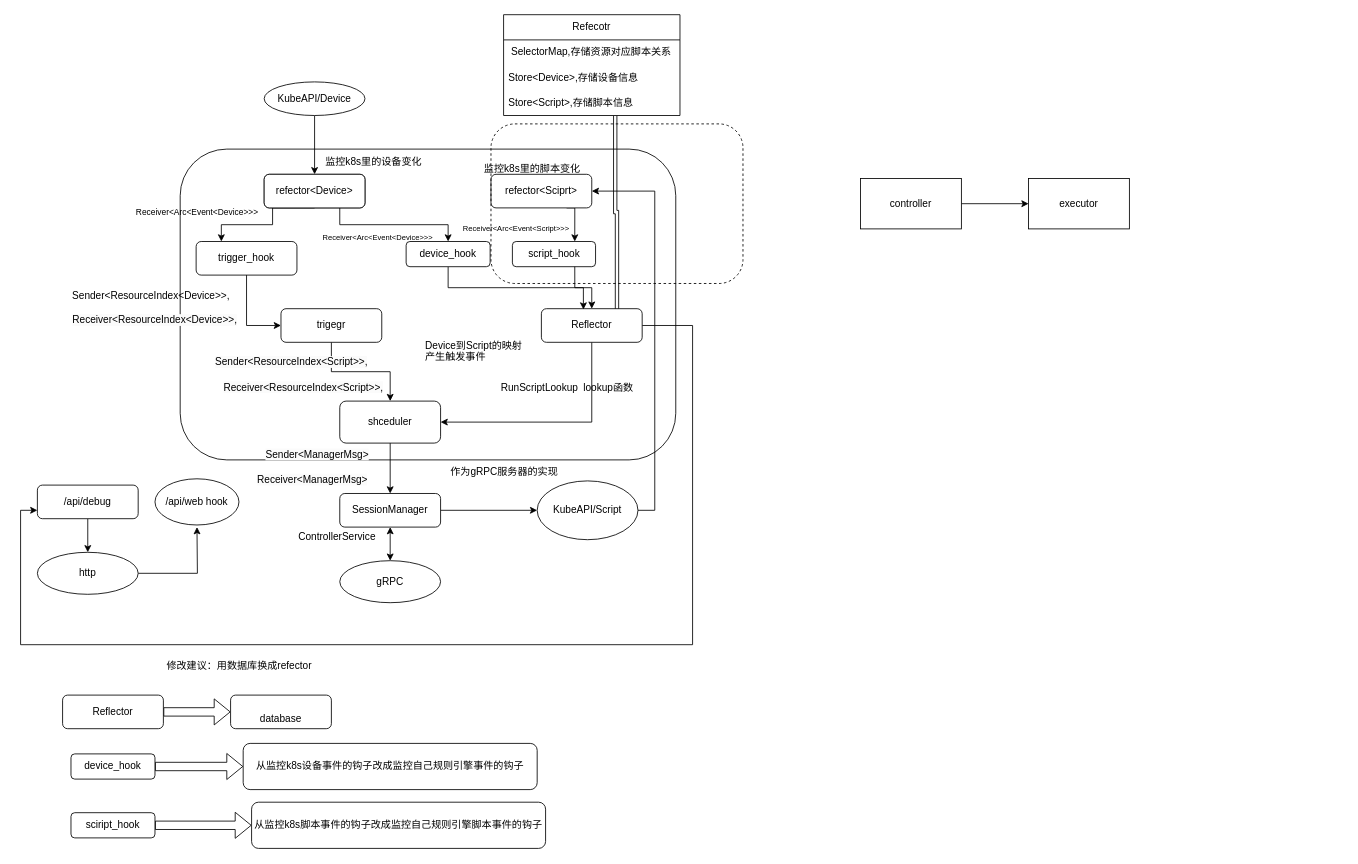
chris1220313648/guidang keeps this draw.io diagram as rule_engine.drawio. Above is the earlier version. Source tidied: cells renumbered, new cells numbered last; positions are measured from the earlier drawing's top-left corner, leaving out a move shared by most shapes. Both pictures are drawn from the tidied source at 84%, with x=0, y=0 at pixel (20, 14).
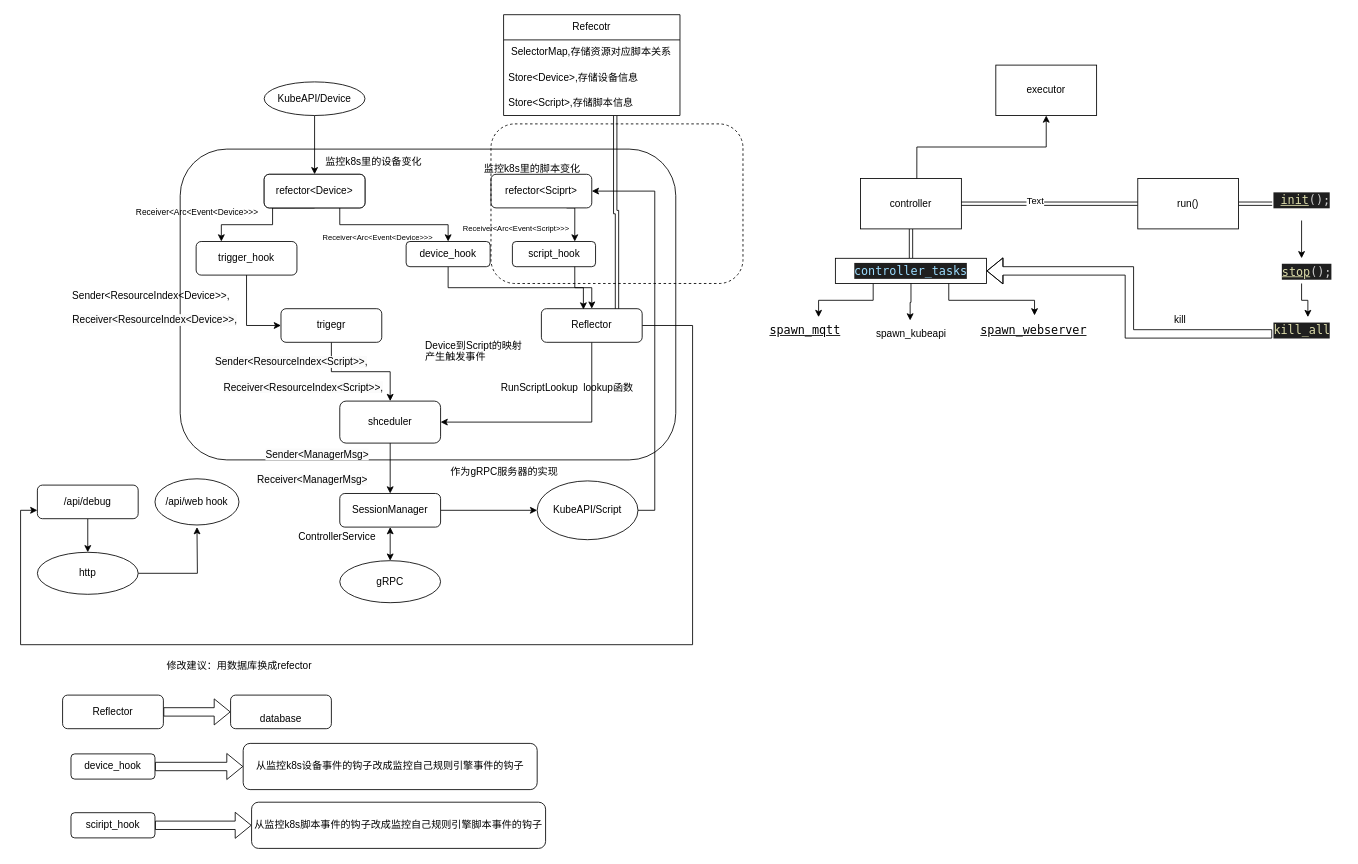
The same diagram, later.

Unchanged cells that the change refers to:
```xml
<mxCell id="68" value="&lt;div&gt;controller&lt;/div&gt;" style="rounded=0;whiteSpace=wrap;html=1;" parent="1" vertex="1">
  <mxGeometry x="1000" y="195" width="120" height="60" as="geometry" />
</mxCell>
```

What changed in the source:
```diff
@@
-    <mxCell id="67" style="edgeStyle=orthogonalEdgeStyle;rounded=0;jettySize=auto;html=1;" parent="1" edge="1" source="68" target="69">
+    <mxCell id="67" style="edgeStyle=orthogonalEdgeStyle;rounded=0;jettySize=auto;html=1;exitX=0.558;exitY=0.017;exitDx=0;exitDy=0;exitPerimeter=0;" parent="1" edge="1" source="68" target="69">
       <mxGeometry relative="1" as="geometry" />
     </mxCell>
+    <mxCell id="70" style="edgeStyle=orthogonalEdgeStyle;rounded=0;jettySize=auto;html=1;exitX=0.5;exitY=1;exitDx=0;exitDy=0;shape=link;" parent="1" edge="1" source="68">
+      <mxGeometry relative="1" as="geometry">
+        <mxPoint x="1060" y="290" as="targetPoint" />
+      </mxGeometry>
+    </mxCell>
@@
     <mxCell id="69" value="&lt;div&gt;executor&lt;/div&gt;" style="whiteSpace=wrap;html=1;rounded=0;" parent="1" vertex="1">
-      <mxGeometry x="1200" y="195" width="120" height="60" as="geometry" />
+      <mxGeometry x="1161" y="60" width="120" height="60" as="geometry" />
     </mxCell>
+    <mxCell id="71" value="spawn_kubeapi" style="text;html=1;align=center;verticalAlign=middle;points=[];strokeColor=none;fillColor=none;" parent="1" vertex="1">
+      <mxGeometry x="1005" y="365" width="110" height="30" as="geometry" />
+    </mxCell>
+    <mxCell id="72" value="&lt;div style=&quot;font-family: &amp;quot;Droid Sans Mono&amp;quot;, &amp;quot;monospace&amp;quot;, monospace; font-weight: normal; font-size: 14px; line-height: 19px; white-space: pre;&quot;&gt;&lt;div&gt;&lt;span style=&quot;text-decoration: underline; background-color: rgb(255, 255, 255);&quot;&gt;spawn_mqtt&lt;/span&gt;&lt;/div&gt;&lt;/div&gt;" style="text;whiteSpace=wrap;html=1;fontColor=default;" parent="1" vertex="1">
+      <mxGeometry x="890" y="360" width="120" height="40" as="geometry" />
+    </mxCell>
+    <mxCell id="73" value="&lt;div style=&quot;font-family: &amp;quot;Droid Sans Mono&amp;quot;, &amp;quot;monospace&amp;quot;, monospace; font-weight: normal; font-size: 14px; line-height: 19px; white-space: pre;&quot;&gt;&lt;div&gt;&lt;span style=&quot;text-decoration: underline;&quot;&gt;spawn_webserver&lt;/span&gt;&lt;/div&gt;&lt;/div&gt;" style="text;whiteSpace=wrap;html=1;fontColor=default;labelBackgroundColor=default;" parent="1" vertex="1">
+      <mxGeometry x="1141" y="360" width="160" height="40" as="geometry" />
+    </mxCell>
+    <mxCell id="74" style="edgeStyle=orthogonalEdgeStyle;rounded=0;jettySize=auto;html=1;exitX=0.25;exitY=1;exitDx=0;exitDy=0;entryX=0.5;entryY=0;entryDx=0;entryDy=0;" parent="1" edge="1" source="75" target="72">
+      <mxGeometry relative="1" as="geometry" />
+    </mxCell>
+    <mxCell id="75" value="&lt;div style=&quot;color: #cccccc;background-color: #1f1f1f;font-family: 'Droid Sans Mono', 'monospace', monospace;font-weight: normal;font-size: 14px;line-height: 19px;white-space: pre;&quot;&gt;&lt;div&gt;&lt;span style=&quot;color: #9cdcfe;&quot;&gt;controller_tasks&lt;/span&gt;&lt;/div&gt;&lt;/div&gt;" style="rounded=0;whiteSpace=wrap;html=1;" parent="1" vertex="1">
+      <mxGeometry x="970" y="290" width="180" height="30" as="geometry" />
+    </mxCell>
+    <mxCell id="76" style="edgeStyle=orthogonalEdgeStyle;rounded=0;jettySize=auto;html=1;exitX=0.75;exitY=1;exitDx=0;exitDy=0;entryX=0.413;entryY=-0.05;entryDx=0;entryDy=0;entryPerimeter=0;" parent="1" edge="1" source="75" target="73">
+      <mxGeometry relative="1" as="geometry" />
+    </mxCell>
+    <mxCell id="77" style="edgeStyle=orthogonalEdgeStyle;rounded=0;jettySize=auto;html=1;exitX=0.5;exitY=1;exitDx=0;exitDy=0;entryX=0.491;entryY=-0.033;entryDx=0;entryDy=0;entryPerimeter=0;" parent="1" edge="1" source="75" target="71">
+      <mxGeometry relative="1" as="geometry" />
+    </mxCell>
+    <mxCell id="78" style="edgeStyle=orthogonalEdgeStyle;rounded=0;jettySize=auto;html=1;exitX=1;exitY=0.5;exitDx=0;exitDy=0;shape=link;" parent="1" edge="1" source="68" target="81">
+      <mxGeometry relative="1" as="geometry" />
+    </mxCell>
+    <mxCell id="79" value="Text" style="edgeLabel;html=1;align=center;verticalAlign=middle;" parent="78" vertex="1">
+      <mxGeometry x="-0.17" y="4" relative="1" as="geometry" />
+    </mxCell>
+    <mxCell id="80" style="edgeStyle=orthogonalEdgeStyle;rounded=0;jettySize=auto;html=1;exitX=1;exitY=0.5;exitDx=0;exitDy=0;entryX=0;entryY=0.5;entryDx=0;entryDy=0;shape=link;" parent="1" edge="1" source="81" target="83">
+      <mxGeometry relative="1" as="geometry" />
+    </mxCell>
+    <mxCell id="81" value="run()" style="rounded=0;whiteSpace=wrap;html=1;" parent="1" vertex="1">
+      <mxGeometry x="1330" y="195" width="120" height="60" as="geometry" />
+    </mxCell>
+    <mxCell id="82" style="edgeStyle=orthogonalEdgeStyle;rounded=0;jettySize=auto;html=1;" parent="1" edge="1" source="83" target="85">
+      <mxGeometry relative="1" as="geometry" />
+    </mxCell>
+    <mxCell id="83" value="&lt;div style=&quot;color: #cccccc;background-color: #1f1f1f;font-family: 'Droid Sans Mono', 'monospace', monospace;font-weight: normal;font-size: 14px;line-height: 19px;white-space: pre;&quot;&gt;&lt;div&gt;&lt;span style=&quot;color: #cccccc;&quot;&gt; &lt;/span&gt;&lt;span style=&quot;color: #dcdcaa;text-decoration: underline;&quot;&gt;init&lt;/span&gt;&lt;span style=&quot;color: #cccccc;&quot;&gt;();&lt;/span&gt;&lt;/div&gt;&lt;/div&gt;" style="text;whiteSpace=wrap;html=1;" parent="1" vertex="1">
+      <mxGeometry x="1490" y="205" width="70" height="40" as="geometry" />
+    </mxCell>
+    <mxCell id="84" style="edgeStyle=orthogonalEdgeStyle;rounded=0;jettySize=auto;html=1;" parent="1" edge="1" source="85" target="87">
+      <mxGeometry relative="1" as="geometry" />
+    </mxCell>
+    <mxCell id="85" value="&lt;div style=&quot;color: #cccccc;background-color: #1f1f1f;font-family: 'Droid Sans Mono', 'monospace', monospace;font-weight: normal;font-size: 14px;line-height: 19px;white-space: pre;&quot;&gt;&lt;div&gt;&lt;span style=&quot;color: #dcdcaa;text-decoration: underline;&quot;&gt;stop&lt;/span&gt;&lt;span style=&quot;color: #cccccc;&quot;&gt;();&lt;/span&gt;&lt;/div&gt;&lt;/div&gt;" style="text;whiteSpace=wrap;html=1;" parent="1" vertex="1">
+      <mxGeometry x="1500" y="290" width="50" height="30" as="geometry" />
+    </mxCell>
+    <mxCell id="86" style="edgeStyle=orthogonalEdgeStyle;rounded=0;jettySize=auto;html=1;entryX=1;entryY=0.5;entryDx=0;entryDy=0;shape=flexArrow;" parent="1" edge="1" source="87" target="75">
+      <mxGeometry relative="1" as="geometry" />
+    </mxCell>
+    <mxCell id="87" value="&lt;div style=&quot;color: #cccccc;background-color: #1f1f1f;font-family: 'Droid Sans Mono', 'monospace', monospace;font-weight: normal;font-size: 14px;line-height: 19px;white-space: pre;&quot;&gt;&lt;div&gt;&lt;span style=&quot;color: #dcdcaa;&quot;&gt;kill_all&lt;/span&gt;&lt;/div&gt;&lt;/div&gt;" style="text;whiteSpace=wrap;html=1;" parent="1" vertex="1">
+      <mxGeometry x="1490" y="360" width="85" height="40" as="geometry" />
+    </mxCell>
+    <mxCell id="88" value="kill" style="text;html=1;align=center;verticalAlign=middle;strokeColor=none;fillColor=none;" parent="1" vertex="1">
+      <mxGeometry x="1360" y="348" width="40" height="30" as="geometry" />
+    </mxCell>
```
